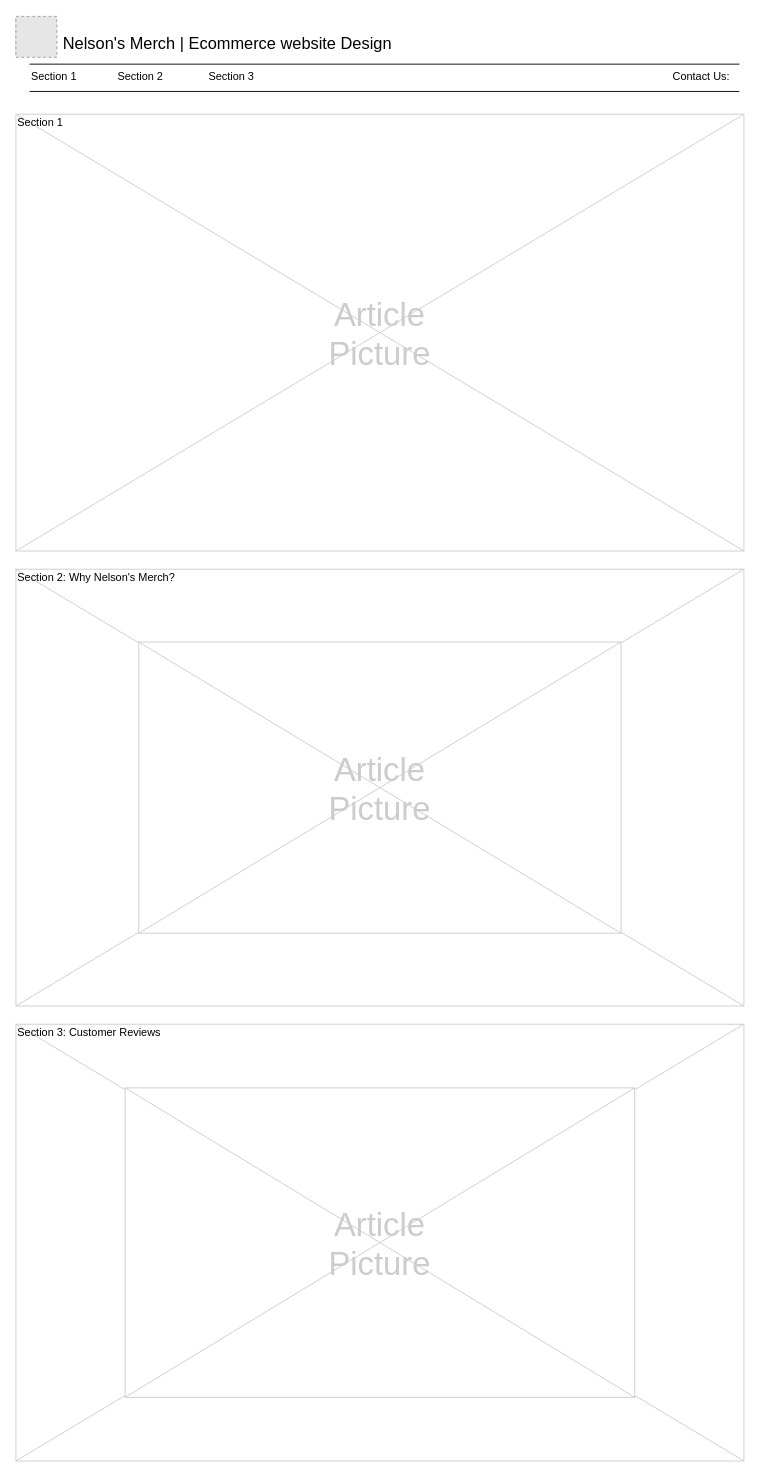
The draw.io diagram Wireframe.drawio in Marceese1/Project1, before the edit. Source tidied: cells renumbered, new cells numbered last; positions are measured from the earlier drawing's top-left corner, leaving out a move shared by most shapes. Both pictures are drawn from the tidied source at 91%, with x=0, y=0 at pixel (15, 15). Pictures stored in the file or linked from it are replaced by grey dashed boxes.
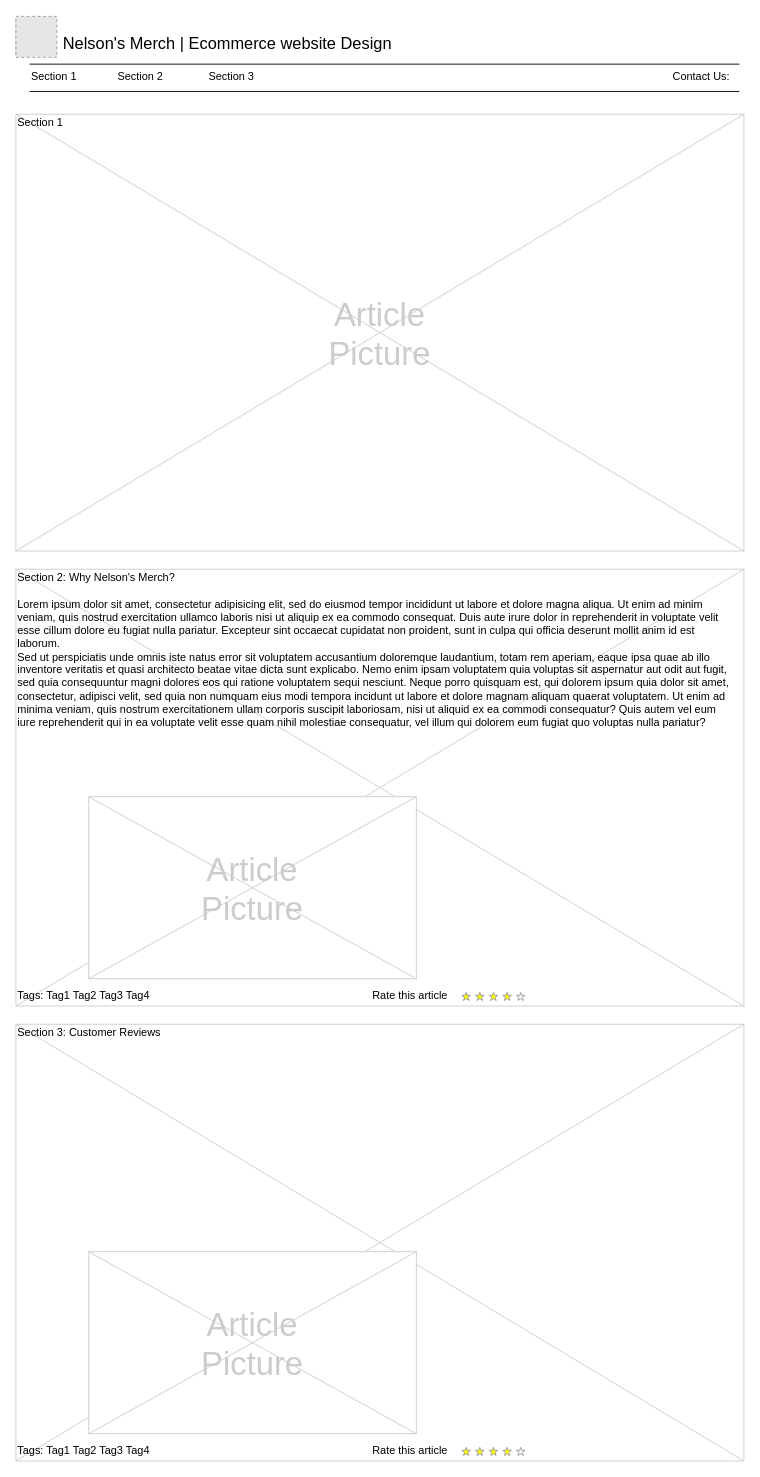
After the change.

What changed in the source:
```diff
@@
+    <mxCell id="22" value="Lorem ipsum dolor sit amet, consectetur adipisicing elit, sed do eiusmod tempor incididunt ut labore et dolore magna aliqua. Ut enim ad minim veniam, quis nostrud exercitation ullamco laboris nisi ut aliquip ex ea commodo consequat. Duis aute irure dolor in reprehenderit in voluptate velit esse cillum dolore eu fugiat nulla pariatur. Excepteur sint occaecat cupidatat non proident, sunt in culpa qui officia deserunt mollit anim id est laborum.&#10;Sed ut perspiciatis unde omnis iste natus error sit voluptatem accusantium doloremque laudantium, totam rem aperiam, eaque ipsa quae ab illo inventore veritatis et quasi architecto beatae vitae dicta sunt explicabo. Nemo enim ipsam voluptatem quia voluptas sit aspernatur aut odit aut fugit, sed quia consequuntur magni dolores eos qui ratione voluptatem sequi nesciunt. Neque porro quisquam est, qui dolorem ipsum quia dolor sit amet, consectetur, adipisci velit, sed quia non numquam eius modi tempora incidunt ut labore et dolore magnam aliquam quaerat voluptatem. Ut enim ad minima veniam, quis nostrum exercitationem ullam corporis suscipit laboriosam, nisi ut aliquid ex ea commodi consequatur? Quis autem vel eum iure reprehenderit qui in ea voluptate velit esse quam nihil molestiae consequatur, vel illum qui dolorem eum fugiat quo voluptas nulla pariatur?" style="text;spacingTop=-5;whiteSpace=wrap;align=left;" parent="1" vertex="1">
+      <mxGeometry y="638" width="790" height="250" as="geometry" />
+    </mxCell>
     <mxCell id="15" style="verticalLabelPosition=bottom;verticalAlign=top;strokeWidth=1;shape=mxgraph.mockup.graphics.iconGrid;strokeColor=#CCCCCC;gridSize=1,1;" parent="1" vertex="1">
-      <mxGeometry x="135" y="688" width="530" height="320" as="geometry" />
+      <mxGeometry x="80" y="858" width="360" height="200" as="geometry" />
     </mxCell>
     <mxCell id="16" value="Article&#10;Picture" style="text;spacingTop=-5;align=center;verticalAlign=middle;fontSize=36;fontColor=#CCCCCC;" parent="1" vertex="1">
-      <mxGeometry x="220" y="748" width="360" height="200" as="geometry" />
+      <mxGeometry x="80" y="858" width="360" height="200" as="geometry" />
     </mxCell>
@@
     <mxCell id="19" style="verticalLabelPosition=bottom;verticalAlign=top;strokeWidth=1;shape=mxgraph.mockup.graphics.iconGrid;strokeColor=#CCCCCC;gridSize=1,1;" parent="1" vertex="1">
-      <mxGeometry x="120" y="1178" width="560" height="340" as="geometry" />
+      <mxGeometry x="80" y="1358" width="360" height="200" as="geometry" />
     </mxCell>
     <mxCell id="20" value="Article&#10;Picture" style="text;spacingTop=-5;align=center;verticalAlign=middle;fontSize=36;fontColor=#CCCCCC;" parent="1" vertex="1">
-      <mxGeometry x="220" y="1248" width="360" height="200" as="geometry" />
+      <mxGeometry x="80" y="1358" width="360" height="200" as="geometry" />
     </mxCell>
+    <mxCell id="23" style="verticalLabelPosition=bottom;verticalAlign=top;strokeWidth=1;shape=mxgraph.mockup.misc.rating;strokeColor=#999999;fillColor=#ffff00;emptyFillColor=#ffffff;grade=4;ratingScale=5;ratingStyle=star;" parent="1" vertex="1">
+      <mxGeometry x="490" y="1073" width="77.5" height="10" as="geometry" />
+    </mxCell>
+    <mxCell id="24" value="Rate this article" style="text;spacingTop=-5;" parent="1" vertex="1">
+      <mxGeometry x="390" y="1068" width="30" height="20" as="geometry" />
+    </mxCell>
+    <mxCell id="25" style="verticalLabelPosition=bottom;verticalAlign=top;strokeWidth=1;shape=mxgraph.mockup.misc.rating;strokeColor=#999999;fillColor=#ffff00;emptyFillColor=#ffffff;grade=4;ratingScale=5;ratingStyle=star;" parent="1" vertex="1">
+      <mxGeometry x="490" y="1573" width="77.5" height="10" as="geometry" />
+    </mxCell>
+    <mxCell id="26" value="Rate this article" style="text;spacingTop=-5;" parent="1" vertex="1">
+      <mxGeometry x="390" y="1568" width="30" height="20" as="geometry" />
+    </mxCell>
+    <mxCell id="27" value="Tags: Tag1 Tag2 Tag3 Tag4" style="text;spacingTop=-5;" parent="1" vertex="1">
+      <mxGeometry y="1068" width="210" height="20" as="geometry" />
+    </mxCell>
+    <mxCell id="28" value="Tags: Tag1 Tag2 Tag3 Tag4" style="text;spacingTop=-5;" parent="1" vertex="1">
+      <mxGeometry y="1568" width="210" height="20" as="geometry" />
+    </mxCell>
```
